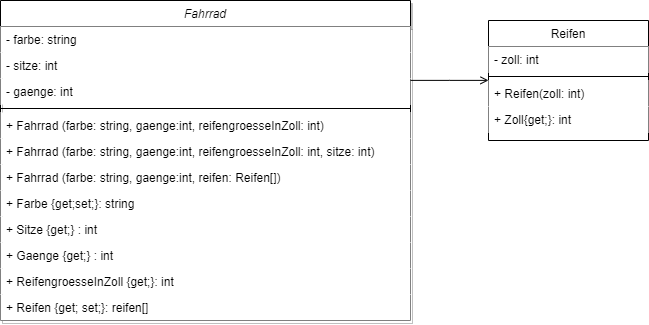
The draw.io diagram UML/1_Fahrrad.drawio.png in gsoTH/tdd_Uebungen, before a commit. Source tidied: cells renumbered, new cells last; positions are measured from the earlier drawing's top-left corner, leaving out a move shared by most shapes.
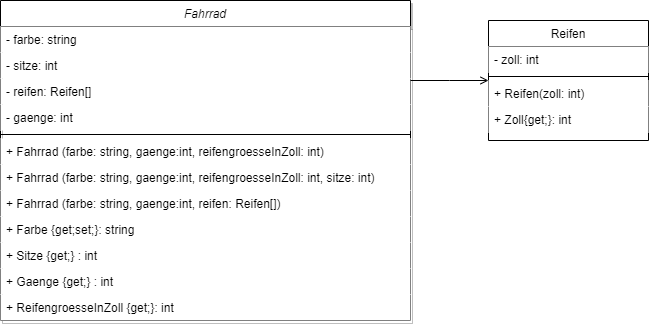
Above is the later version.

Commit message:
UML entspricht nun dem Code

Change to the diagram source:
```diff
@@ -11,36 +11,36 @@
     <mxCell id="4" value="- sitze: int" style="text;align=left;verticalAlign=top;spacingLeft=4;spacingRight=4;overflow=hidden;rounded=0;shadow=0;html=0;fillColor=#FFFFFF;" parent="2" vertex="1">
       <mxGeometry y="52" width="410" height="26" as="geometry" />
     </mxCell>
+    <mxCell id="21" value="- reifen: Reifen[]" style="text;align=left;verticalAlign=top;spacingLeft=4;spacingRight=4;overflow=hidden;rounded=0;shadow=0;html=0;fillColor=#FFFFFF;" parent="2" vertex="1">
+      <mxGeometry y="78" width="410" height="26" as="geometry" />
+    </mxCell>
     <mxCell id="5" value="- gaenge: int" style="text;align=left;verticalAlign=top;spacingLeft=4;spacingRight=4;overflow=hidden;rounded=0;shadow=0;html=0;fillColor=#FFFFFF;" parent="2" vertex="1">
-      <mxGeometry y="78" width="410" height="26" as="geometry" />
+      <mxGeometry y="104" width="410" height="26" as="geometry" />
     </mxCell>
     <mxCell id="6" style="line;html=1;strokeWidth=1;align=left;verticalAlign=middle;spacingTop=-1;spacingLeft=3;spacingRight=3;labelPosition=right;fillColor=#FFFFFF;" parent="2" vertex="1">
-      <mxGeometry y="104" width="410" height="8" as="geometry" />
+      <mxGeometry y="130" width="410" height="8" as="geometry" />
     </mxCell>
     <mxCell id="7" value="+ Fahrrad (farbe: string, gaenge:int, reifengroesseInZoll: int)&#10;" style="text;align=left;verticalAlign=top;spacingLeft=4;spacingRight=4;overflow=hidden;fillColor=#FFFFFF;" parent="2" vertex="1">
-      <mxGeometry y="112" width="410" height="26" as="geometry" />
+      <mxGeometry y="138" width="410" height="26" as="geometry" />
     </mxCell>
     <mxCell id="8" value="+ Fahrrad (farbe: string, gaenge:int, reifengroesseInZoll: int, sitze: int)&#10;" style="text;align=left;verticalAlign=top;spacingLeft=4;spacingRight=4;overflow=hidden;fillColor=#FFFFFF;" parent="2" vertex="1">
-      <mxGeometry y="138" width="410" height="26" as="geometry" />
+      <mxGeometry y="164" width="410" height="26" as="geometry" />
     </mxCell>
     <mxCell id="9" value="+ Fahrrad (farbe: string, gaenge:int, reifen: Reifen[])&#10;" style="text;align=left;verticalAlign=top;spacingLeft=4;spacingRight=4;overflow=hidden;fillColor=#FFFFFF;" parent="2" vertex="1">
-      <mxGeometry y="164" width="410" height="26" as="geometry" />
+      <mxGeometry y="190" width="410" height="26" as="geometry" />
     </mxCell>
     <mxCell id="10" value="+ Farbe {get;set;}: string" style="text;align=left;verticalAlign=top;spacingLeft=4;spacingRight=4;overflow=hidden;fillColor=#FFFFFF;" parent="2" vertex="1">
-      <mxGeometry y="190" width="410" height="26" as="geometry" />
+      <mxGeometry y="216" width="410" height="26" as="geometry" />
     </mxCell>
     <mxCell id="11" value="+ Sitze {get;} : int" style="text;align=left;verticalAlign=top;spacingLeft=4;spacingRight=4;overflow=hidden;fillColor=#FFFFFF;" parent="2" vertex="1">
-      <mxGeometry y="216" width="410" height="26" as="geometry" />
+      <mxGeometry y="242" width="410" height="26" as="geometry" />
     </mxCell>
     <mxCell id="12" value="+ Gaenge {get;} : int" style="text;align=left;verticalAlign=top;spacingLeft=4;spacingRight=4;overflow=hidden;fillColor=#FFFFFF;" parent="2" vertex="1">
-      <mxGeometry y="242" width="410" height="26" as="geometry" />
+      <mxGeometry y="268" width="410" height="26" as="geometry" />
     </mxCell>
     <mxCell id="13" value="+ ReifengroesseInZoll {get;}: int" style="text;align=left;verticalAlign=top;spacingLeft=4;spacingRight=4;overflow=hidden;rounded=0;shadow=0;html=0;fillColor=#FFFFFF;" parent="2" vertex="1">
-      <mxGeometry y="268" width="410" height="26" as="geometry" />
+      <mxGeometry y="294" width="410" height="26" as="geometry" />
     </mxCell>
-    <mxCell id="14" value="+ Reifen {get; set;}: reifen[]" style="text;align=left;verticalAlign=top;spacingLeft=4;spacingRight=4;overflow=hidden;rounded=0;shadow=0;html=0;fillColor=#FFFFFF;" parent="2" vertex="1">
-      <mxGeometry y="294" width="410" height="26" as="geometry" />
-    </mxCell>
     <mxCell id="15" value="Reifen" style="swimlane;fontStyle=0;align=center;verticalAlign=top;horizontal=1;startSize=26;rounded=0;shadow=0;strokeWidth=1;fillColor=#FFFFFF;" parent="1" vertex="1">
       <mxGeometry x="488" y="20" width="160" height="120" as="geometry" />
     </mxCell>
```
